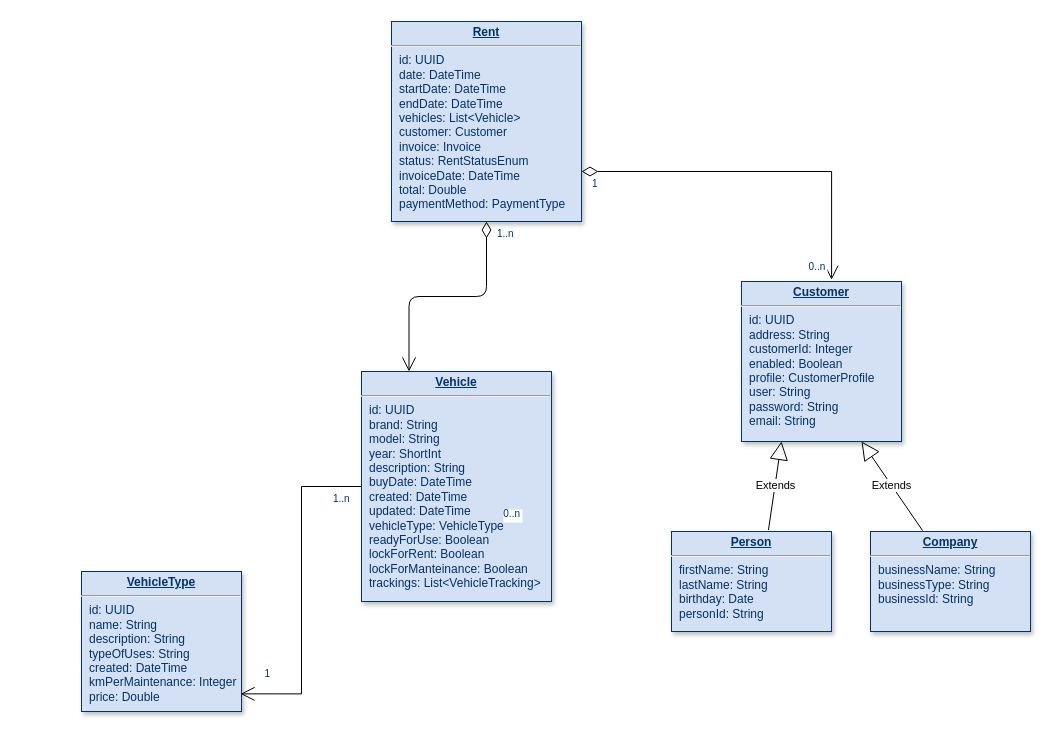
This is docs/design/ClassDiagram-Vehicle-Rent-Application .drawio from leonardopaolini/ChangosRent, a draw.io file, before an edit. Source tidied: cells renumbered, new cells numbered last; positions are measured from the earlier drawing's top-left corner, leaving out a move shared by most shapes. Both pictures are drawn from the tidied source at 100%, with x=0, y=0 at pixel (81, 21).
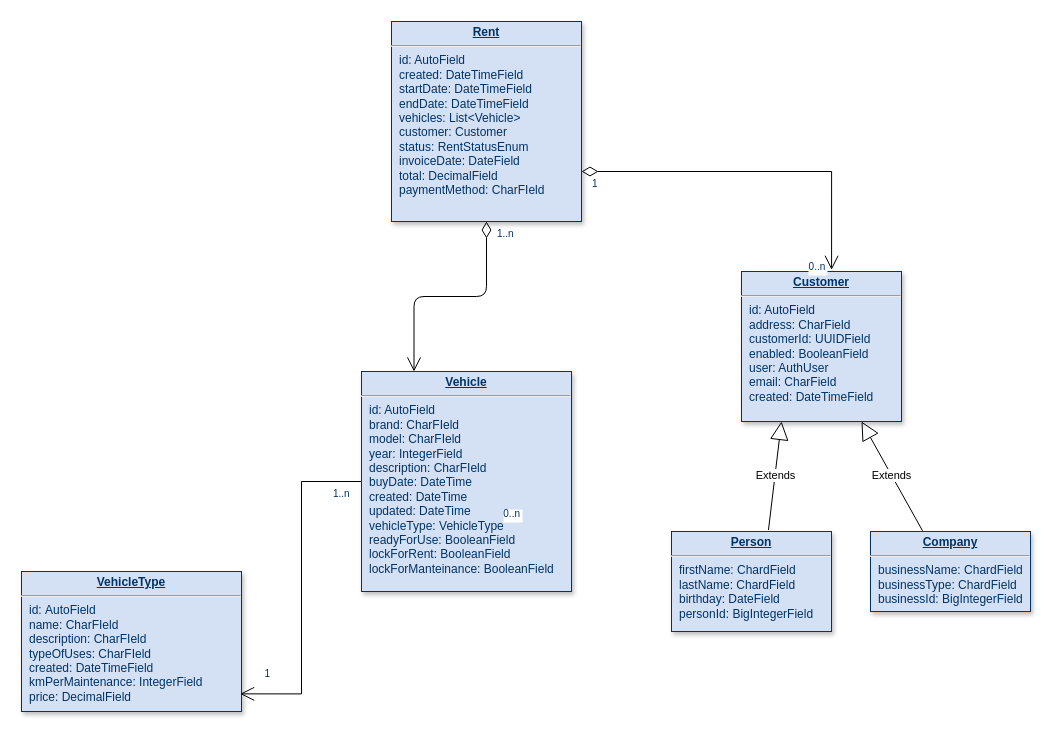
After the change.

The edit, as a diff of the source:
```diff
@@
-    <mxCell id="2" value="&lt;p style=&quot;margin: 0px; margin-top: 4px; text-align: center; text-decoration: underline;&quot;&gt;&lt;strong&gt;VehicleType&lt;/strong&gt;&lt;/p&gt;&lt;hr&gt;&lt;p style=&quot;margin: 0px; margin-left: 8px;&quot;&gt;id: UUID&lt;/p&gt;&lt;p style=&quot;margin: 0px; margin-left: 8px;&quot;&gt;name: String&lt;/p&gt;&lt;p style=&quot;margin: 0px; margin-left: 8px;&quot;&gt;description: String&lt;/p&gt;&lt;p style=&quot;margin: 0px; margin-left: 8px;&quot;&gt;typeOfUses: String&lt;/p&gt;&lt;p style=&quot;margin: 0px; margin-left: 8px;&quot;&gt;created: DateTime&lt;/p&gt;&lt;p style=&quot;margin: 0px; margin-left: 8px;&quot;&gt;kmPerMaintenance: Integer&lt;/p&gt;&lt;p style=&quot;margin: 0px; margin-left: 8px;&quot;&gt;price: Double&lt;/p&gt;" style="verticalAlign=top;align=left;overflow=fill;fontSize=12;fontFamily=Helvetica;html=1;strokeColor=#003366;shadow=1;fillColor=#D4E1F5;fontColor=#003366;" parent="1" vertex="1">
-      <mxGeometry y="550" width="160" height="140" as="geometry" />
+    <mxCell id="2" value="&lt;p style=&quot;margin: 0px; margin-top: 4px; text-align: center; text-decoration: underline;&quot;&gt;&lt;strong&gt;VehicleType&lt;/strong&gt;&lt;/p&gt;&lt;hr&gt;&lt;p style=&quot;margin: 0px; margin-left: 8px;&quot;&gt;id:&amp;nbsp;&lt;span style=&quot;background-color: initial;&quot;&gt;AutoField&lt;/span&gt;&lt;/p&gt;&lt;p style=&quot;margin: 0px; margin-left: 8px;&quot;&gt;name:&amp;nbsp;&lt;span style=&quot;background-color: initial;&quot;&gt;CharFIeld&lt;/span&gt;&lt;/p&gt;&lt;p style=&quot;margin: 0px; margin-left: 8px;&quot;&gt;description:&amp;nbsp;&lt;span style=&quot;background-color: initial;&quot;&gt;CharFIeld&lt;/span&gt;&lt;/p&gt;&lt;p style=&quot;margin: 0px; margin-left: 8px;&quot;&gt;typeOfUses:&amp;nbsp;&lt;span style=&quot;background-color: initial;&quot;&gt;CharFIeld&lt;/span&gt;&lt;/p&gt;&lt;p style=&quot;margin: 0px; margin-left: 8px;&quot;&gt;created: DateTimeField&lt;/p&gt;&lt;p style=&quot;margin: 0px; margin-left: 8px;&quot;&gt;kmPerMaintenance: IntegerField&lt;/p&gt;&lt;p style=&quot;margin: 0px; margin-left: 8px;&quot;&gt;price: DecimalField&lt;/p&gt;" style="verticalAlign=top;align=left;overflow=fill;fontSize=12;fontFamily=Helvetica;html=1;strokeColor=#003366;shadow=1;fillColor=#D4E1F5;fontColor=#003366;" parent="1" vertex="1">
+      <mxGeometry x="-60" y="550" width="220" height="140" as="geometry" />
     </mxCell>
@@
-    <mxCell id="9" value="&lt;p style=&quot;margin: 0px; margin-top: 4px; text-align: center; text-decoration: underline;&quot;&gt;&lt;b&gt;Rent&lt;/b&gt;&lt;/p&gt;&lt;hr&gt;&lt;p style=&quot;margin: 0px; margin-left: 8px;&quot;&gt;id: UUID&lt;/p&gt;&lt;p style=&quot;margin: 0px; margin-left: 8px;&quot;&gt;date: DateTime&lt;/p&gt;&lt;p style=&quot;margin: 0px; margin-left: 8px;&quot;&gt;startDate: DateTime&lt;/p&gt;&lt;p style=&quot;margin: 0px; margin-left: 8px;&quot;&gt;endDate: DateTime&lt;/p&gt;&lt;p style=&quot;margin: 0px; margin-left: 8px;&quot;&gt;vehicles: List&amp;lt;Vehicle&amp;gt;&lt;/p&gt;&lt;p style=&quot;margin: 0px; margin-left: 8px;&quot;&gt;customer: Customer&lt;/p&gt;&lt;p style=&quot;margin: 0px; margin-left: 8px;&quot;&gt;invoice: Invoice&lt;/p&gt;&lt;p style=&quot;margin: 0px; margin-left: 8px;&quot;&gt;status: RentStatusEnum&lt;/p&gt;&lt;p style=&quot;margin: 0px; margin-left: 8px;&quot;&gt;invoiceDate: DateTime&lt;br&gt;&lt;/p&gt;&lt;p style=&quot;margin: 0px; margin-left: 8px;&quot;&gt;total: Double&lt;br&gt;&lt;/p&gt;&lt;p style=&quot;margin: 0px; margin-left: 8px;&quot;&gt;paymentMethod: PaymentType&lt;br&gt;&lt;/p&gt;" style="verticalAlign=top;align=left;overflow=fill;fontSize=12;fontFamily=Helvetica;html=1;strokeColor=#003366;shadow=1;fillColor=#D4E1F5;fontColor=#003366;" parent="1" vertex="1">
+    <mxCell id="9" value="&lt;p style=&quot;margin: 0px; margin-top: 4px; text-align: center; text-decoration: underline;&quot;&gt;&lt;b&gt;Rent&lt;/b&gt;&lt;/p&gt;&lt;hr&gt;&lt;p style=&quot;margin: 0px; margin-left: 8px;&quot;&gt;id: AutoField&lt;/p&gt;&lt;p style=&quot;margin: 0px; margin-left: 8px;&quot;&gt;created: DateTimeField&lt;/p&gt;&lt;p style=&quot;margin: 0px; margin-left: 8px;&quot;&gt;startDate: DateTimeField&lt;/p&gt;&lt;p style=&quot;margin: 0px; margin-left: 8px;&quot;&gt;endDate: DateTimeField&lt;/p&gt;&lt;p style=&quot;margin: 0px; margin-left: 8px;&quot;&gt;vehicles: List&amp;lt;Vehicle&amp;gt;&lt;/p&gt;&lt;p style=&quot;margin: 0px; margin-left: 8px;&quot;&gt;customer: Customer&lt;/p&gt;&lt;p style=&quot;margin: 0px; margin-left: 8px;&quot;&gt;status: RentStatusEnum&lt;/p&gt;&lt;p style=&quot;margin: 0px; margin-left: 8px;&quot;&gt;invoiceDate: DateField&lt;br&gt;&lt;/p&gt;&lt;p style=&quot;margin: 0px; margin-left: 8px;&quot;&gt;total: DecimalField&lt;br&gt;&lt;/p&gt;&lt;p style=&quot;margin: 0px; margin-left: 8px;&quot;&gt;paymentMethod: CharFIeld&lt;br&gt;&lt;/p&gt;" style="verticalAlign=top;align=left;overflow=fill;fontSize=12;fontFamily=Helvetica;html=1;strokeColor=#003366;shadow=1;fillColor=#D4E1F5;fontColor=#003366;" parent="1" vertex="1">
       <mxGeometry x="310" width="190" height="200" as="geometry" />
     </mxCell>
-    <mxCell id="10" value="&lt;p style=&quot;margin: 0px; margin-top: 4px; text-align: center; text-decoration: underline;&quot;&gt;&lt;b&gt;Vehicle&lt;/b&gt;&lt;/p&gt;&lt;hr&gt;&lt;p style=&quot;margin: 0px; margin-left: 8px;&quot;&gt;id: UUID&lt;/p&gt;&lt;p style=&quot;margin: 0px; margin-left: 8px;&quot;&gt;brand: String&lt;/p&gt;&lt;p style=&quot;margin: 0px; margin-left: 8px;&quot;&gt;model: String&lt;/p&gt;&lt;p style=&quot;margin: 0px; margin-left: 8px;&quot;&gt;year: ShortInt&lt;/p&gt;&lt;p style=&quot;margin: 0px; margin-left: 8px;&quot;&gt;description: String&lt;/p&gt;&lt;p style=&quot;margin: 0px; margin-left: 8px;&quot;&gt;buyDate: DateTime&lt;/p&gt;&lt;p style=&quot;margin: 0px; margin-left: 8px;&quot;&gt;&lt;span style=&quot;background-color: initial;&quot;&gt;created: DateTime&lt;/span&gt;&lt;/p&gt;&lt;p style=&quot;margin: 0px; margin-left: 8px;&quot;&gt;updated: DateTime&lt;/p&gt;&lt;p style=&quot;margin: 0px; margin-left: 8px;&quot;&gt;vehicleType: VehicleType&lt;/p&gt;&lt;p style=&quot;margin: 0px; margin-left: 8px;&quot;&gt;readyForUse: Boolean&lt;/p&gt;&lt;p style=&quot;margin: 0px; margin-left: 8px;&quot;&gt;lockForRent: Boolean&lt;/p&gt;&lt;p style=&quot;margin: 0px; margin-left: 8px;&quot;&gt;lockForManteinance: Boolean&lt;/p&gt;&lt;p style=&quot;margin: 0px; margin-left: 8px;&quot;&gt;trackings: List&amp;lt;VehicleTracking&amp;gt;&lt;/p&gt;" style="verticalAlign=top;align=left;overflow=fill;fontSize=12;fontFamily=Helvetica;html=1;strokeColor=#003366;shadow=1;fillColor=#D4E1F5;fontColor=#003366;" parent="1" vertex="1">
-      <mxGeometry x="280" y="350" width="190" height="230" as="geometry" />
+    <mxCell id="10" value="&lt;p style=&quot;margin: 0px; margin-top: 4px; text-align: center; text-decoration: underline;&quot;&gt;&lt;b&gt;Vehicle&lt;/b&gt;&lt;/p&gt;&lt;hr&gt;&lt;p style=&quot;margin: 0px; margin-left: 8px;&quot;&gt;id: AutoField&lt;/p&gt;&lt;p style=&quot;margin: 0px; margin-left: 8px;&quot;&gt;brand:&amp;nbsp;&lt;span style=&quot;background-color: initial;&quot;&gt;CharFIeld&lt;/span&gt;&lt;/p&gt;&lt;p style=&quot;margin: 0px; margin-left: 8px;&quot;&gt;model:&amp;nbsp;&lt;span style=&quot;background-color: initial;&quot;&gt;CharFIeld&lt;/span&gt;&lt;/p&gt;&lt;p style=&quot;margin: 0px; margin-left: 8px;&quot;&gt;year: IntegerField&lt;/p&gt;&lt;p style=&quot;margin: 0px; margin-left: 8px;&quot;&gt;description:&amp;nbsp;&lt;span style=&quot;background-color: initial;&quot;&gt;CharFIeld&lt;/span&gt;&lt;/p&gt;&lt;p style=&quot;margin: 0px; margin-left: 8px;&quot;&gt;buyDate: DateTime&lt;/p&gt;&lt;p style=&quot;margin: 0px; margin-left: 8px;&quot;&gt;&lt;span style=&quot;background-color: initial;&quot;&gt;created: DateTime&lt;/span&gt;&lt;/p&gt;&lt;p style=&quot;margin: 0px; margin-left: 8px;&quot;&gt;updated: DateTime&lt;/p&gt;&lt;p style=&quot;margin: 0px; margin-left: 8px;&quot;&gt;vehicleType: VehicleType&lt;/p&gt;&lt;p style=&quot;margin: 0px; margin-left: 8px;&quot;&gt;readyForUse:&amp;nbsp;&lt;span style=&quot;background-color: initial;&quot;&gt;BooleanField&lt;/span&gt;&lt;/p&gt;&lt;p style=&quot;margin: 0px; margin-left: 8px;&quot;&gt;lockForRent:&amp;nbsp;&lt;span style=&quot;background-color: initial;&quot;&gt;BooleanField&lt;/span&gt;&lt;/p&gt;&lt;p style=&quot;margin: 0px; margin-left: 8px;&quot;&gt;lockForManteinance: BooleanField&lt;/p&gt;&lt;p style=&quot;margin: 0px; margin-left: 8px;&quot;&gt;&lt;br&gt;&lt;/p&gt;" style="verticalAlign=top;align=left;overflow=fill;fontSize=12;fontFamily=Helvetica;html=1;strokeColor=#003366;shadow=1;fillColor=#D4E1F5;fontColor=#003366;" parent="1" vertex="1">
+      <mxGeometry x="280" y="350" width="210" height="220" as="geometry" />
     </mxCell>
-    <mxCell id="11" value="&lt;p style=&quot;margin: 0px; margin-top: 4px; text-align: center; text-decoration: underline;&quot;&gt;&lt;b&gt;Customer&lt;/b&gt;&lt;/p&gt;&lt;hr&gt;&lt;p style=&quot;margin: 0px; margin-left: 8px;&quot;&gt;id: UUID&lt;br&gt;&lt;/p&gt;&lt;p style=&quot;margin: 0px; margin-left: 8px;&quot;&gt;address: String&lt;/p&gt;&lt;p style=&quot;margin: 0px; margin-left: 8px;&quot;&gt;customerId: Integer&lt;/p&gt;&lt;p style=&quot;margin: 0px; margin-left: 8px;&quot;&gt;enabled: Boolean&lt;br&gt;&lt;/p&gt;&lt;p style=&quot;margin: 0px; margin-left: 8px;&quot;&gt;profile: CustomerProfile&lt;/p&gt;&lt;p style=&quot;margin: 0px; margin-left: 8px;&quot;&gt;user: String&lt;br&gt;password: String&lt;/p&gt;&lt;p style=&quot;margin: 0px; margin-left: 8px;&quot;&gt;email: String&lt;/p&gt;" style="verticalAlign=top;align=left;overflow=fill;fontSize=12;fontFamily=Helvetica;html=1;strokeColor=#003366;shadow=1;fillColor=#D4E1F5;fontColor=#003366;" parent="1" vertex="1">
-      <mxGeometry x="660" y="260" width="160" height="160" as="geometry" />
+    <mxCell id="11" value="&lt;p style=&quot;margin: 0px; margin-top: 4px; text-align: center; text-decoration: underline;&quot;&gt;&lt;b&gt;Customer&lt;/b&gt;&lt;/p&gt;&lt;hr&gt;&lt;p style=&quot;margin: 0px; margin-left: 8px;&quot;&gt;id: AutoField&lt;br&gt;&lt;/p&gt;&lt;p style=&quot;margin: 0px; margin-left: 8px;&quot;&gt;address: CharField&lt;/p&gt;&lt;p style=&quot;margin: 0px; margin-left: 8px;&quot;&gt;customerId: UUIDField&lt;/p&gt;&lt;p style=&quot;margin: 0px; margin-left: 8px;&quot;&gt;enabled: BooleanField&lt;br&gt;&lt;/p&gt;&lt;p style=&quot;margin: 0px; margin-left: 8px;&quot;&gt;&lt;span style=&quot;background-color: initial;&quot;&gt;user: AuthUser&lt;/span&gt;&lt;br&gt;&lt;/p&gt;&lt;p style=&quot;margin: 0px; margin-left: 8px;&quot;&gt;&lt;span style=&quot;background-color: initial;&quot;&gt;email: CharField&lt;/span&gt;&lt;br&gt;&lt;/p&gt;&lt;p style=&quot;margin: 0px; margin-left: 8px;&quot;&gt;created: DateTimeField&lt;/p&gt;" style="verticalAlign=top;align=left;overflow=fill;fontSize=12;fontFamily=Helvetica;html=1;strokeColor=#003366;shadow=1;fillColor=#D4E1F5;fontColor=#003366;" parent="1" vertex="1">
+      <mxGeometry x="660" y="250" width="160" height="150" as="geometry" />
     </mxCell>
@@
-    <mxCell id="13" value="&lt;p style=&quot;margin: 0px; margin-top: 4px; text-align: center; text-decoration: underline;&quot;&gt;&lt;b&gt;Person&lt;/b&gt;&lt;/p&gt;&lt;hr&gt;&lt;p style=&quot;margin: 0px; margin-left: 8px;&quot;&gt;&lt;span style=&quot;background-color: initial;&quot;&gt;firstName: String&lt;/span&gt;&lt;br&gt;&lt;/p&gt;&lt;p style=&quot;margin: 0px; margin-left: 8px;&quot;&gt;lastName: String&lt;/p&gt;&lt;p style=&quot;margin: 0px; margin-left: 8px;&quot;&gt;birthday: Date&lt;/p&gt;&lt;p style=&quot;margin: 0px; margin-left: 8px;&quot;&gt;personId: String&lt;/p&gt;&lt;p style=&quot;margin: 0px; margin-left: 8px;&quot;&gt;&lt;br&gt;&lt;/p&gt;&lt;p style=&quot;margin: 0px; margin-left: 8px;&quot;&gt;&lt;br&gt;&lt;/p&gt;" style="verticalAlign=top;align=left;overflow=fill;fontSize=12;fontFamily=Helvetica;html=1;strokeColor=#003366;shadow=1;fillColor=#D4E1F5;fontColor=#003366;" parent="1" vertex="1">
+    <mxCell id="13" value="&lt;p style=&quot;margin: 0px; margin-top: 4px; text-align: center; text-decoration: underline;&quot;&gt;&lt;b&gt;Person&lt;/b&gt;&lt;/p&gt;&lt;hr&gt;&lt;p style=&quot;margin: 0px; margin-left: 8px;&quot;&gt;&lt;span style=&quot;background-color: initial;&quot;&gt;firstName: ChardField&lt;/span&gt;&lt;br&gt;&lt;/p&gt;&lt;p style=&quot;margin: 0px; margin-left: 8px;&quot;&gt;lastName:&amp;nbsp;&lt;span style=&quot;background-color: initial;&quot;&gt;ChardField&lt;/span&gt;&lt;/p&gt;&lt;p style=&quot;margin: 0px; margin-left: 8px;&quot;&gt;birthday: DateField&lt;/p&gt;&lt;p style=&quot;margin: 0px; margin-left: 8px;&quot;&gt;personId:&amp;nbsp;&lt;span style=&quot;background-color: initial;&quot;&gt;BigIntegerField&lt;/span&gt;&lt;/p&gt;&lt;p style=&quot;margin: 0px; margin-left: 8px;&quot;&gt;&lt;br&gt;&lt;/p&gt;&lt;p style=&quot;margin: 0px; margin-left: 8px;&quot;&gt;&lt;br&gt;&lt;/p&gt;" style="verticalAlign=top;align=left;overflow=fill;fontSize=12;fontFamily=Helvetica;html=1;strokeColor=#003366;shadow=1;fillColor=#D4E1F5;fontColor=#003366;" parent="1" vertex="1">
       <mxGeometry x="590" y="510" width="160" height="100" as="geometry" />
     </mxCell>
-    <mxCell id="14" value="&lt;p style=&quot;margin: 0px; margin-top: 4px; text-align: center; text-decoration: underline;&quot;&gt;&lt;b&gt;Company&lt;/b&gt;&lt;/p&gt;&lt;hr&gt;&lt;p style=&quot;margin: 0px; margin-left: 8px;&quot;&gt;businessName: String&lt;/p&gt;&lt;p style=&quot;margin: 0px; margin-left: 8px;&quot;&gt;businessType: String&lt;/p&gt;&lt;p style=&quot;margin: 0px; margin-left: 8px;&quot;&gt;businessId: String&lt;/p&gt;" style="verticalAlign=top;align=left;overflow=fill;fontSize=12;fontFamily=Helvetica;html=1;strokeColor=#003366;shadow=1;fillColor=#D4E1F5;fontColor=#003366;" parent="1" vertex="1">
-      <mxGeometry x="789" y="510" width="160" height="100" as="geometry" />
+    <mxCell id="14" value="&lt;p style=&quot;margin: 0px; margin-top: 4px; text-align: center; text-decoration: underline;&quot;&gt;&lt;b&gt;Company&lt;/b&gt;&lt;/p&gt;&lt;hr&gt;&lt;p style=&quot;margin: 0px; margin-left: 8px;&quot;&gt;businessName:&amp;nbsp;&lt;span style=&quot;background-color: initial;&quot;&gt;ChardField&lt;/span&gt;&lt;/p&gt;&lt;p style=&quot;margin: 0px; margin-left: 8px;&quot;&gt;businessType:&amp;nbsp;&lt;span style=&quot;background-color: initial;&quot;&gt;ChardField&lt;/span&gt;&lt;/p&gt;&lt;p style=&quot;margin: 0px; margin-left: 8px;&quot;&gt;businessId:&amp;nbsp;&lt;span style=&quot;background-color: initial;&quot;&gt;BigIntegerField&lt;/span&gt;&lt;/p&gt;" style="verticalAlign=top;align=left;overflow=fill;fontSize=12;fontFamily=Helvetica;html=1;strokeColor=#003366;shadow=1;fillColor=#D4E1F5;fontColor=#003366;" parent="1" vertex="1">
+      <mxGeometry x="789" y="510" width="160" height="80" as="geometry" />
     </mxCell>
```
